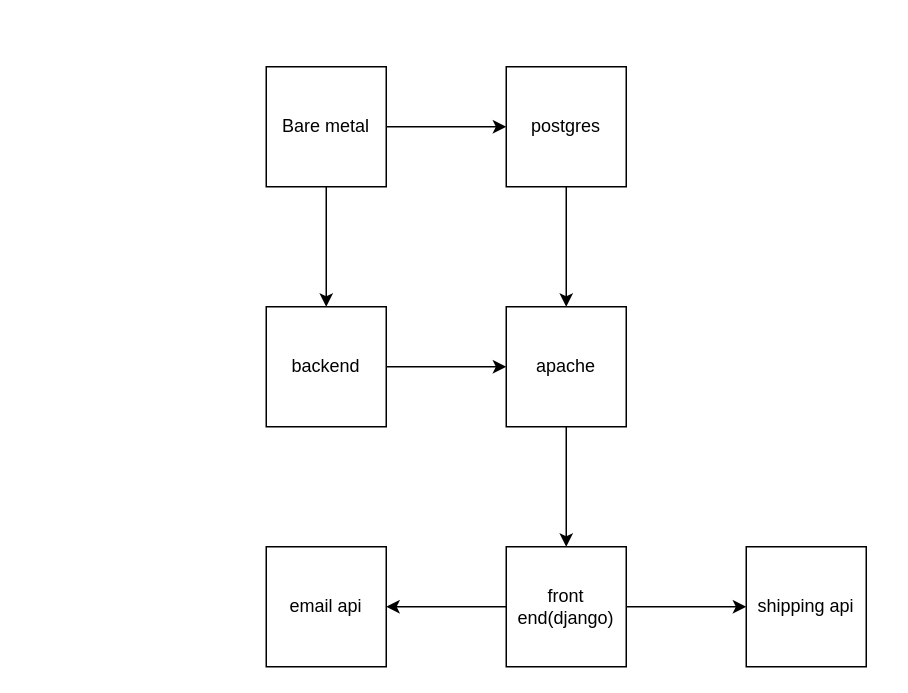
Before: component diagram.drawio in r3xk3nnw4y/LastRoll, a draw.io diagram. Source tidied: cells renumbered, new cells numbered last; positions are measured from the earlier drawing's top-left corner, leaving out a move shared by most shapes. Both pictures are drawn from the tidied source at 150%, with x=0, y=0 at pixel (266, 66).
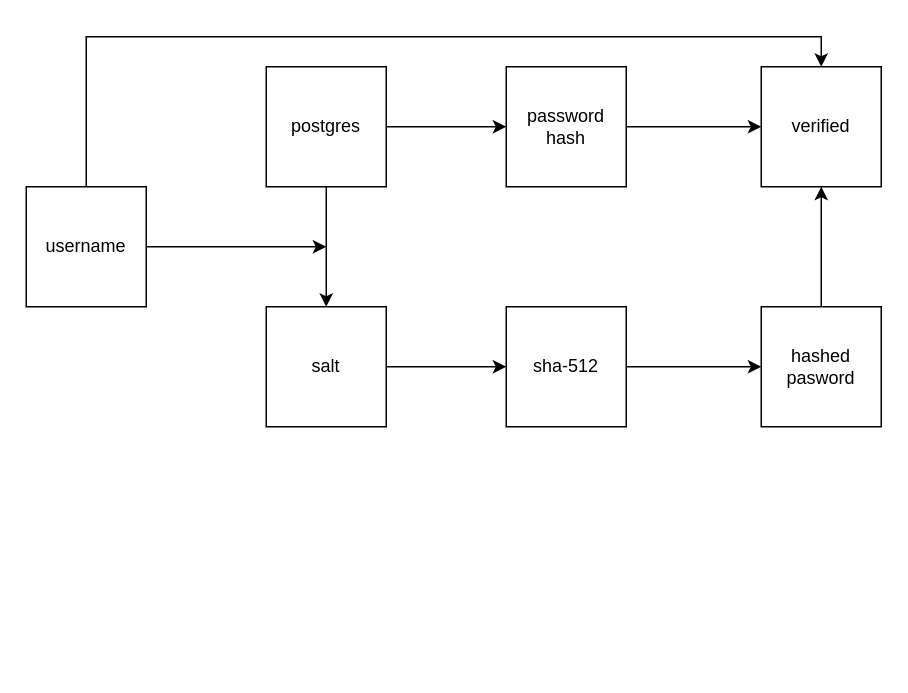
The same diagram, later.

Commit message:
authenticaion component

Diff of the diagram source:
```diff
@@
-    <mxCell id="4" value="Bare metal" style="whiteSpace=wrap;html=1;" parent="1" vertex="1">
+    <mxCell id="4" value="postgres" style="whiteSpace=wrap;html=1;" parent="1" vertex="1">
       <mxGeometry width="80" height="80" as="geometry" />
     </mxCell>
-    <mxCell id="5" style="edgeStyle=orthogonalEdgeStyle;rounded=0;jettySize=auto;html=1;" parent="1" edge="1" source="6" target="13">
-      <mxGeometry relative="1" as="geometry" />
-    </mxCell>
+    <mxCell id="16" style="edgeStyle=orthogonalEdgeStyle;rounded=0;jettySize=auto;html=1;entryX=0;entryY=0.5;entryDx=0;entryDy=0;" parent="1" edge="1" source="6" target="22">
+      <mxGeometry relative="1" as="geometry" />
+    </mxCell>
-    <mxCell id="6" value="apache" style="whiteSpace=wrap;html=1;" parent="1" vertex="1">
+    <mxCell id="6" value="sha-512" style="whiteSpace=wrap;html=1;" parent="1" vertex="1">
       <mxGeometry x="160" y="160" width="80" height="80" as="geometry" />
     </mxCell>
-    <mxCell id="7" style="edgeStyle=orthogonalEdgeStyle;rounded=0;jettySize=auto;html=1;" parent="1" edge="1" source="8" target="6">
-      <mxGeometry relative="1" as="geometry" />
-    </mxCell>
+    <mxCell id="17" style="edgeStyle=orthogonalEdgeStyle;rounded=0;jettySize=auto;html=1;entryX=0;entryY=0.5;entryDx=0;entryDy=0;" parent="1" edge="1" source="8" target="23">
+      <mxGeometry relative="1" as="geometry" />
+    </mxCell>
-    <mxCell id="8" value="postgres" style="whiteSpace=wrap;html=1;" parent="1" vertex="1">
+    <mxCell id="8" value="password hash" style="whiteSpace=wrap;html=1;" parent="1" vertex="1">
       <mxGeometry x="160" width="80" height="80" as="geometry" />
     </mxCell>
@@
-    <mxCell id="10" value="backend" style="whiteSpace=wrap;html=1;" parent="1" vertex="1">
+    <mxCell id="10" value="salt" style="whiteSpace=wrap;html=1;" parent="1" vertex="1">
       <mxGeometry y="160" width="80" height="80" as="geometry" />
     </mxCell>
-    <mxCell id="11" style="edgeStyle=orthogonalEdgeStyle;rounded=0;jettySize=auto;html=1;" parent="1" edge="1" source="13" target="15">
-      <mxGeometry relative="1" as="geometry" />
-    </mxCell>
-    <mxCell id="12" style="edgeStyle=orthogonalEdgeStyle;rounded=0;jettySize=auto;html=1;" parent="1" edge="1" source="13" target="14">
-      <mxGeometry relative="1" as="geometry" />
-    </mxCell>
-    <mxCell id="13" value="front end(django)" style="whiteSpace=wrap;html=1;" parent="1" vertex="1">
-      <mxGeometry x="160" y="320" width="80" height="80" as="geometry" />
-    </mxCell>
-    <mxCell id="14" value="shipping api" style="whiteSpace=wrap;html=1;" parent="1" vertex="1">
-      <mxGeometry x="320" y="320" width="80" height="80" as="geometry" />
-    </mxCell>
-    <mxCell id="15" value="email api" style="whiteSpace=wrap;html=1;" parent="1" vertex="1">
-      <mxGeometry y="320" width="80" height="80" as="geometry" />
-    </mxCell>
+    <mxCell id="18" style="edgeStyle=orthogonalEdgeStyle;rounded=0;jettySize=auto;html=1;" parent="1" edge="1" source="20">
+      <mxGeometry relative="1" as="geometry">
+        <mxPoint x="40" y="120" as="targetPoint" />
+        <Array as="points">
+          <mxPoint y="120" />
+        </Array>
+      </mxGeometry>
+    </mxCell>
+    <mxCell id="19" style="edgeStyle=orthogonalEdgeStyle;rounded=0;jettySize=auto;html=1;entryX=0.5;entryY=0;entryDx=0;entryDy=0;" parent="1" edge="1" source="20" target="23">
+      <mxGeometry relative="1" as="geometry">
+        <Array as="points">
+          <mxPoint x="-120" y="-20" />
+          <mxPoint x="370" y="-20" />
+        </Array>
+      </mxGeometry>
+    </mxCell>
+    <mxCell id="20" value="username" style="whiteSpace=wrap;html=1;" parent="1" vertex="1">
+      <mxGeometry x="-160" y="80" width="80" height="80" as="geometry" />
+    </mxCell>
+    <mxCell id="21" style="edgeStyle=orthogonalEdgeStyle;rounded=0;jettySize=auto;html=1;entryX=0.5;entryY=1;entryDx=0;entryDy=0;" parent="1" edge="1" source="22" target="23">
+      <mxGeometry relative="1" as="geometry" />
+    </mxCell>
+    <mxCell id="22" value="hashed pasword" style="whiteSpace=wrap;html=1;" parent="1" vertex="1">
+      <mxGeometry x="330" y="160" width="80" height="80" as="geometry" />
+    </mxCell>
+    <mxCell id="23" value="verified" style="whiteSpace=wrap;html=1;" parent="1" vertex="1">
+      <mxGeometry x="330" width="80" height="80" as="geometry" />
+    </mxCell>
```
